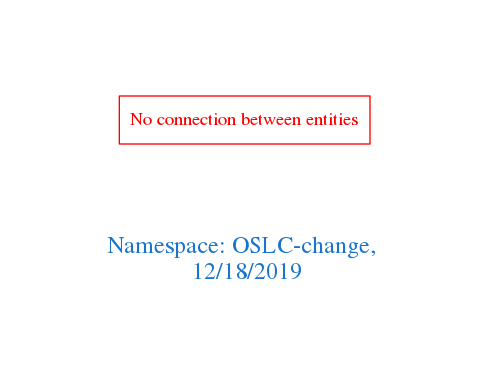
This is downloads/OSLC-change.png from arago/OGIT, a Graphviz export, as it was before one commit. Its source is kept beside it as downloads/OSLC-change.dot.
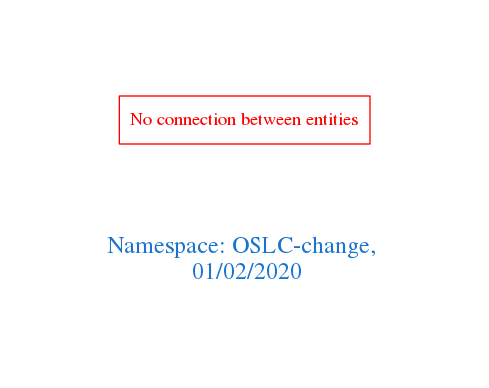
The same diagram one commit later.

What changed in the source:
```diff
@@ -1,7 +1,7 @@
 digraph OGIT_ontology {
  graph [ rankdir= LR,pad=1
 fontsize = 18,
-fontcolor= dodgerblue3,label = "\n\n\nNamespace: OSLC-change, \n 12/18/2019"];
+fontcolor= dodgerblue3,label = "\n\n\nNamespace: OSLC-change, \n 01/02/2020"];
 node[shape=polygon];
 edge [  color="gray81"];
 
```
